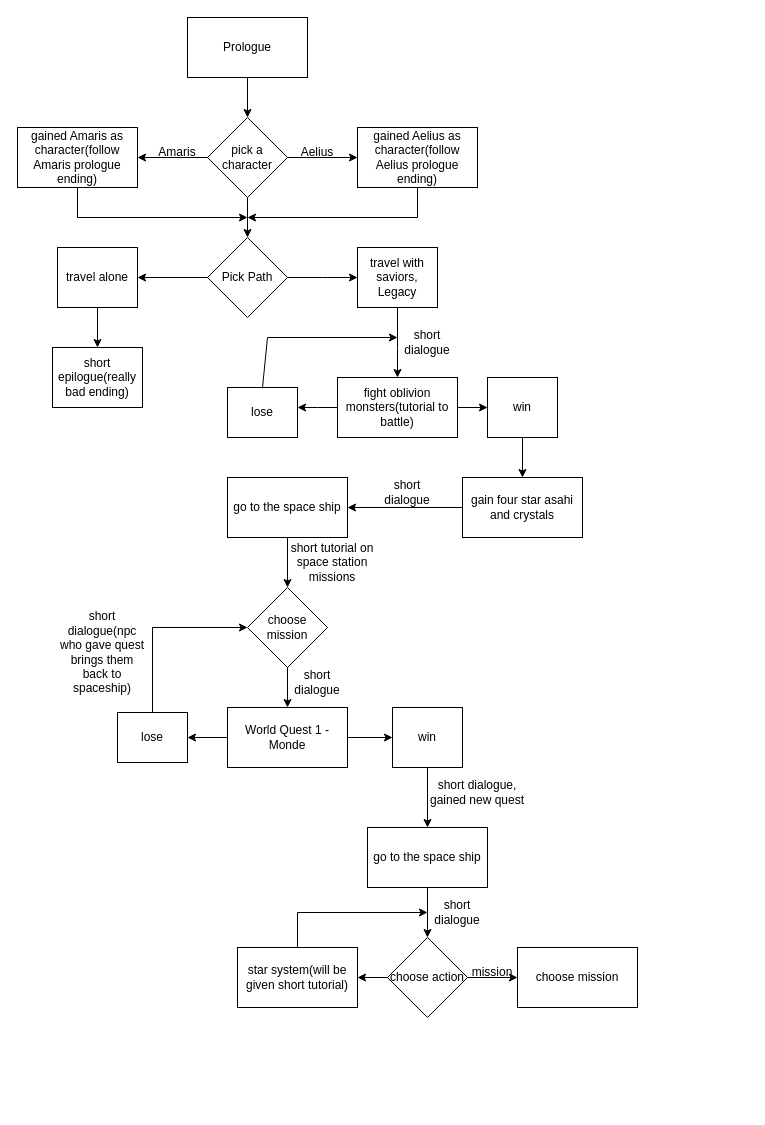
The draw.io diagram Untitled Diagram.drawio in staten-island-tech/object-oriented-adventures-luna, before the edit. Source tidied: cells renumbered, new cells numbered last; positions are measured from the earlier drawing's top-left corner, leaving out a move shared by most shapes. Both pictures are drawn from the tidied source at 100%, with x=0, y=0 at pixel (17, 17).
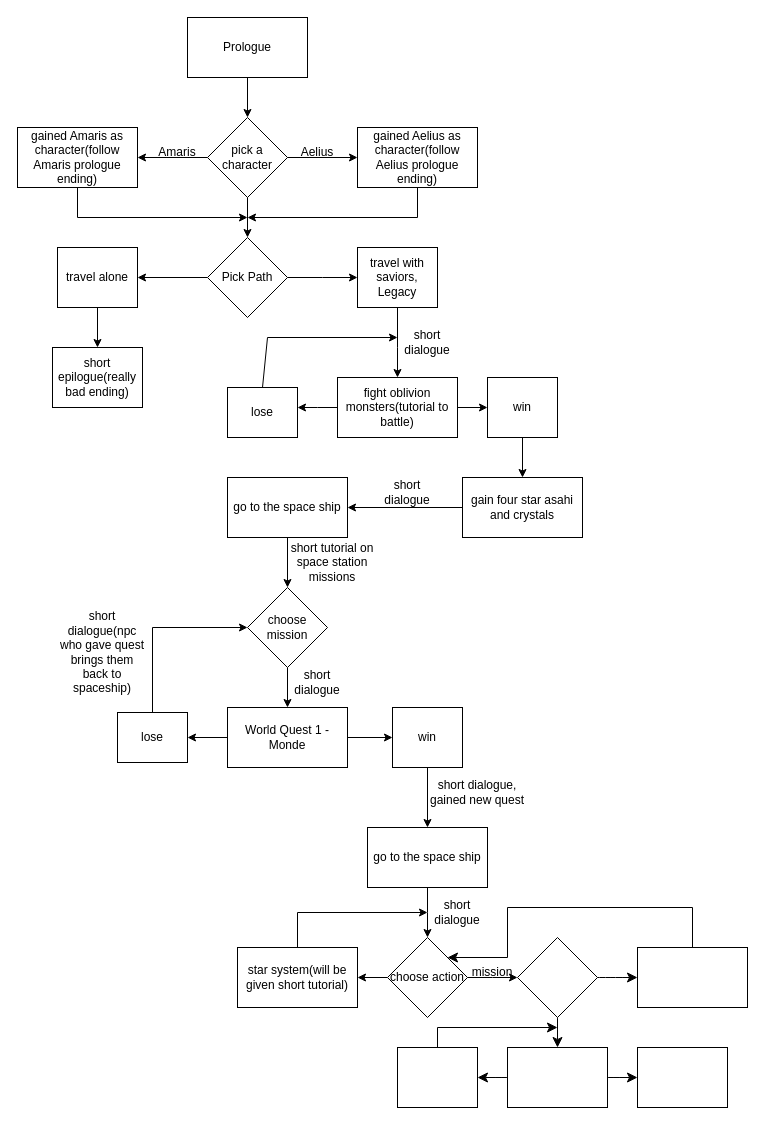
Above is the later version.

The change refers to these unchanged cells:
```xml
<mxCell id="51" value="choose action" style="rhombus;whiteSpace=wrap;html=1;" parent="1" vertex="1">
  <mxGeometry x="370" y="920" width="80" height="80" as="geometry" />
</mxCell>
```

Change to the diagram source:
```diff
@@
-    <mxCell id="50" style="edgeStyle=orthogonalEdgeStyle;rounded=0;jettySize=auto;html=1;exitX=1;exitY=0.5;exitDx=0;exitDy=0;entryX=0;entryY=0.5;entryDx=0;entryDy=0;" parent="1" edge="1" source="51" target="56">
-      <mxGeometry relative="1" as="geometry" />
+    <mxCell id="50" style="edgeStyle=orthogonalEdgeStyle;rounded=0;jettySize=auto;html=1;exitX=1;exitY=0.5;exitDx=0;exitDy=0;entryX=0;entryY=0.5;entryDx=0;entryDy=0;" parent="1" edge="1" source="51">
+      <mxGeometry relative="1" as="geometry">
+        <mxPoint x="500" y="960" as="targetPoint" />
+      </mxGeometry>
     </mxCell>
@@
-    <mxCell id="56" value="choose mission" style="rounded=0;whiteSpace=wrap;html=1;" parent="1" vertex="1">
-      <mxGeometry x="500" y="930" width="120" height="60" as="geometry" />
-    </mxCell>
+    <mxCell id="58" style="edgeStyle=none;curved=1;rounded=0;jettySize=auto;html=1;fontSize=12;startSize=8;endSize=8;exitX=0.5;exitY=1;exitDx=0;exitDy=0;" parent="1" edge="1" source="60">
+      <mxGeometry relative="1" as="geometry">
+        <mxPoint x="540" y="1030" as="targetPoint" />
+      </mxGeometry>
+    </mxCell>
+    <mxCell id="59" style="edgeStyle=none;curved=1;rounded=0;jettySize=auto;html=1;fontSize=12;startSize=8;endSize=8;exitX=1;exitY=0.5;exitDx=0;exitDy=0;" parent="1" edge="1" source="60">
+      <mxGeometry relative="1" as="geometry">
+        <mxPoint x="620" y="960" as="targetPoint" />
+      </mxGeometry>
+    </mxCell>
@@
+    <mxCell id="60" style="rhombus;whiteSpace=wrap;html=1;" parent="1" vertex="1">
+      <mxGeometry x="500" y="920" width="80" height="80" as="geometry" />
+    </mxCell>
+    <mxCell id="61" style="edgeStyle=none;curved=1;rounded=0;jettySize=auto;html=1;fontSize=12;startSize=8;endSize=8;" parent="1" edge="1" source="63">
+      <mxGeometry relative="1" as="geometry">
+        <mxPoint x="460" y="1060" as="targetPoint" />
+      </mxGeometry>
+    </mxCell>
+    <mxCell id="62" style="edgeStyle=none;curved=1;rounded=0;jettySize=auto;html=1;fontSize=12;startSize=8;endSize=8;" parent="1" edge="1" source="63" target="65">
+      <mxGeometry relative="1" as="geometry" />
+    </mxCell>
+    <mxCell id="63" style="rounded=0;whiteSpace=wrap;html=1;" parent="1" vertex="1">
+      <mxGeometry x="490" y="1030" width="100" height="60" as="geometry" />
+    </mxCell>
+    <mxCell id="64" style="rounded=0;whiteSpace=wrap;html=1;" parent="1" vertex="1">
+      <mxGeometry x="620" y="930" width="110" height="60" as="geometry" />
+    </mxCell>
+    <mxCell id="65" style="rounded=0;whiteSpace=wrap;html=1;" parent="1" vertex="1">
+      <mxGeometry x="620" y="1030" width="90" height="60" as="geometry" />
+    </mxCell>
+    <mxCell id="66" style="rounded=0;whiteSpace=wrap;html=1;" parent="1" vertex="1">
+      <mxGeometry x="380" y="1030" width="80" height="60" as="geometry" />
+    </mxCell>
+    <mxCell id="67" style="edgeStyle=segmentEdgeStyle;endArrow=classic;html=1;curved=0;rounded=0;endSize=8;startSize=8;sourcePerimeterSpacing=0;targetPerimeterSpacing=0;fontSize=12;" parent="1" edge="1">
+      <mxGeometry relative="1" as="geometry">
+        <mxPoint x="420" y="1030" as="sourcePoint" />
+        <mxPoint x="540" y="1010" as="targetPoint" />
+        <Array as="points">
+          <mxPoint x="420" y="1010" />
+        </Array>
+      </mxGeometry>
+    </mxCell>
+    <mxCell id="68" style="edgeStyle=segmentEdgeStyle;endArrow=classic;html=1;curved=0;rounded=0;endSize=8;startSize=8;sourcePerimeterSpacing=0;targetPerimeterSpacing=0;fontSize=12;exitX=0.5;exitY=0;exitDx=0;exitDy=0;" parent="1" edge="1" source="64" target="51">
+      <mxGeometry relative="1" as="geometry">
+        <Array as="points">
+          <mxPoint x="675" y="890" />
+          <mxPoint x="490" y="890" />
+          <mxPoint x="490" y="940" />
+        </Array>
+      </mxGeometry>
+    </mxCell>
```
